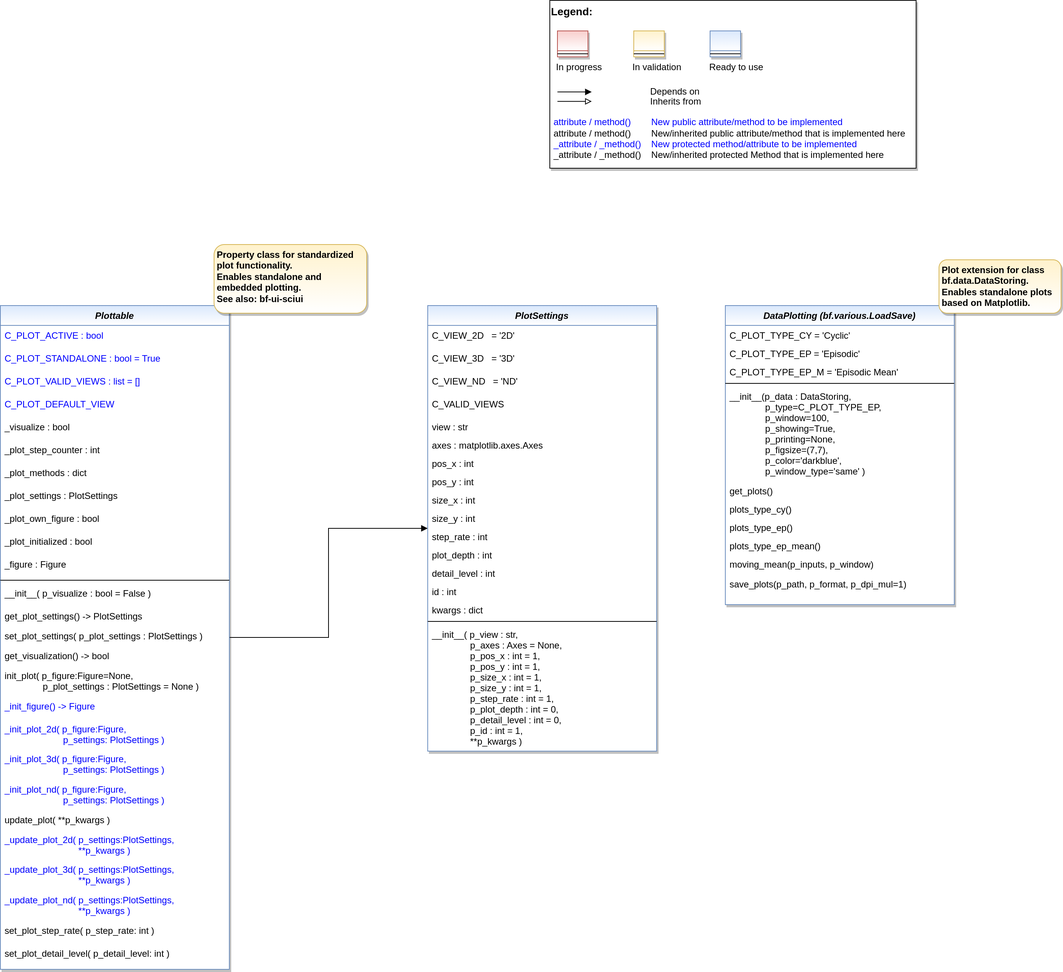
The draw.io diagram doc/rtd/content/99_appendices/appendix2/sub/core/mlpro_bf/layer0_elementary/images/MLPro-BF-Plot_class_diagram.drawio.png in fhswf/MLPro, before a commit. Source tidied: cells renumbered, new cells last; positions are measured from the earlier drawing's top-left corner, leaving out a move shared by most shapes.
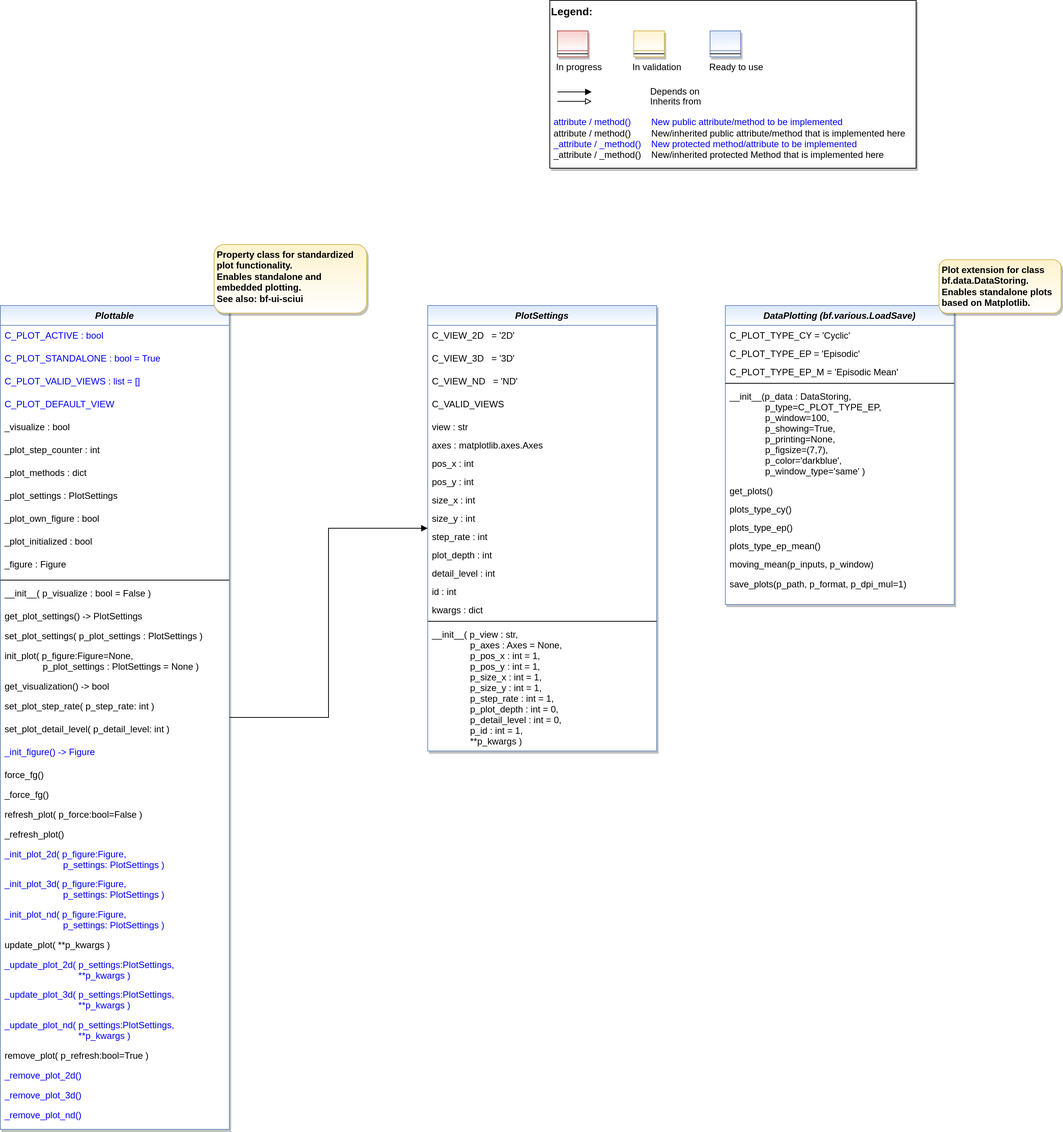
Above is the later version.

The edit, as a diff of the source:
```diff
@@ -6,7 +6,7 @@
       <mxGeometry relative="1" as="geometry" />
     </mxCell>
     <mxCell id="3" value="Plottable" style="swimlane;fontStyle=3;align=center;verticalAlign=top;horizontal=1;startSize=26;rounded=0;shadow=1;strokeWidth=1;fillColor=#dae8fc;strokeColor=#6c8ebf;swimlaneFillColor=#FFFFFF;gradientColor=#FFFFFF;" parent="1" vertex="1">
-      <mxGeometry y="400" width="300" height="870" as="geometry" />
+      <mxGeometry y="400" width="300" height="1080" as="geometry" />
     </mxCell>
     <mxCell id="4" value="C_PLOT_ACTIVE : bool " style="text;align=left;verticalAlign=top;spacingLeft=4;spacingRight=4;overflow=hidden;fontColor=#0000FF;" parent="3" vertex="1">
       <mxGeometry y="26" width="300" height="30" as="geometry" />
@@ -53,42 +53,66 @@
     <mxCell id="18" value="set_plot_settings( p_plot_settings : PlotSettings )" style="text;align=left;verticalAlign=top;spacingLeft=4;spacingRight=4;overflow=hidden;fontColor=default;" parent="3" vertex="1">
       <mxGeometry y="420" width="300" height="26" as="geometry" />
     </mxCell>
+    <mxCell id="20" value="init_plot( p_figure:Figure=None, &#10;               p_plot_settings : PlotSettings = None )" style="text;align=left;verticalAlign=top;spacingLeft=4;spacingRight=4;overflow=hidden;fontColor=default;" parent="3" vertex="1">
+      <mxGeometry y="446" width="300" height="40" as="geometry" />
+    </mxCell>
     <mxCell id="19" value="get_visualization() -&gt; bool" style="text;align=left;verticalAlign=top;spacingLeft=4;spacingRight=4;overflow=hidden;fontColor=default;" parent="3" vertex="1">
-      <mxGeometry y="446" width="300" height="26" as="geometry" />
+      <mxGeometry y="486" width="300" height="26" as="geometry" />
     </mxCell>
-    <mxCell id="20" value="init_plot( p_figure:Figure=None, &#10;               p_plot_settings : PlotSettings = None )" style="text;align=left;verticalAlign=top;spacingLeft=4;spacingRight=4;overflow=hidden;fontColor=default;" parent="3" vertex="1">
-      <mxGeometry y="472" width="300" height="40" as="geometry" />
-    </mxCell>
+    <mxCell id="29" value="set_plot_step_rate( p_step_rate: int )" style="text;align=left;verticalAlign=top;spacingLeft=4;spacingRight=4;overflow=hidden;fontColor=default;" parent="3" vertex="1">
+      <mxGeometry y="512" width="300" height="30" as="geometry" />
+    </mxCell>
+    <mxCell id="30" value="set_plot_detail_level( p_detail_level: int )" style="text;align=left;verticalAlign=top;spacingLeft=4;spacingRight=4;overflow=hidden;fontColor=default;" parent="3" vertex="1">
+      <mxGeometry y="542" width="300" height="30" as="geometry" />
+    </mxCell>
     <mxCell id="21" value="_init_figure() -&gt; Figure" style="text;align=left;verticalAlign=top;spacingLeft=4;spacingRight=4;overflow=hidden;fontColor=#0000FF;" parent="3" vertex="1">
-      <mxGeometry y="512" width="300" height="30" as="geometry" />
+      <mxGeometry y="572" width="300" height="30" as="geometry" />
     </mxCell>
+    <mxCell id="73" value="force_fg()" style="text;align=left;verticalAlign=top;spacingLeft=4;spacingRight=4;overflow=hidden;fontColor=default;" parent="3" vertex="1">
+      <mxGeometry y="602" width="300" height="26" as="geometry" />
+    </mxCell>
+    <mxCell id="74" value="_force_fg()" style="text;align=left;verticalAlign=top;spacingLeft=4;spacingRight=4;overflow=hidden;fontColor=default;" parent="3" vertex="1">
+      <mxGeometry y="628" width="300" height="26" as="geometry" />
+    </mxCell>
+    <mxCell id="75" value="refresh_plot( p_force:bool=False )" style="text;align=left;verticalAlign=top;spacingLeft=4;spacingRight=4;overflow=hidden;fontColor=default;" parent="3" vertex="1">
+      <mxGeometry y="654" width="300" height="26" as="geometry" />
+    </mxCell>
+    <mxCell id="76" value="_refresh_plot()" style="text;align=left;verticalAlign=top;spacingLeft=4;spacingRight=4;overflow=hidden;fontColor=default;" parent="3" vertex="1">
+      <mxGeometry y="680" width="300" height="26" as="geometry" />
+    </mxCell>
     <mxCell id="22" value="_init_plot_2d( p_figure:Figure, &#10;                       p_settings: PlotSettings )" style="text;align=left;verticalAlign=top;spacingLeft=4;spacingRight=4;overflow=hidden;fontColor=#0000FF;" parent="3" vertex="1">
-      <mxGeometry y="542" width="300" height="39" as="geometry" />
+      <mxGeometry y="706" width="300" height="39" as="geometry" />
     </mxCell>
     <mxCell id="23" value="_init_plot_3d( p_figure:Figure, &#10;                       p_settings: PlotSettings )" style="text;align=left;verticalAlign=top;spacingLeft=4;spacingRight=4;overflow=hidden;fontColor=#0000FF;" parent="3" vertex="1">
-      <mxGeometry y="581" width="300" height="40" as="geometry" />
+      <mxGeometry y="745" width="300" height="40" as="geometry" />
     </mxCell>
     <mxCell id="24" value="_init_plot_nd( p_figure:Figure, &#10;                       p_settings: PlotSettings )" style="text;align=left;verticalAlign=top;spacingLeft=4;spacingRight=4;overflow=hidden;fontColor=#0000FF;" parent="3" vertex="1">
-      <mxGeometry y="621" width="300" height="40" as="geometry" />
+      <mxGeometry y="785" width="300" height="40" as="geometry" />
     </mxCell>
     <mxCell id="25" value="update_plot( **p_kwargs )" style="text;align=left;verticalAlign=top;spacingLeft=4;spacingRight=4;overflow=hidden;fontColor=default;" parent="3" vertex="1">
-      <mxGeometry y="661" width="300" height="26" as="geometry" />
+      <mxGeometry y="825" width="300" height="26" as="geometry" />
     </mxCell>
     <mxCell id="26" value="_update_plot_2d( p_settings:PlotSettings,&#10;                             **p_kwargs )" style="text;align=left;verticalAlign=top;spacingLeft=4;spacingRight=4;overflow=hidden;fontColor=#0000FF;" parent="3" vertex="1">
-      <mxGeometry y="687" width="300" height="39" as="geometry" />
+      <mxGeometry y="851" width="300" height="39" as="geometry" />
     </mxCell>
     <mxCell id="27" value="_update_plot_3d( p_settings:PlotSettings,&#10;                             **p_kwargs )" style="text;align=left;verticalAlign=top;spacingLeft=4;spacingRight=4;overflow=hidden;fontColor=#0000FF;" parent="3" vertex="1">
-      <mxGeometry y="726" width="300" height="40" as="geometry" />
+      <mxGeometry y="890" width="300" height="40" as="geometry" />
     </mxCell>
     <mxCell id="28" value="_update_plot_nd( p_settings:PlotSettings,&#10;                             **p_kwargs )" style="text;align=left;verticalAlign=top;spacingLeft=4;spacingRight=4;overflow=hidden;fontColor=#0000FF;" parent="3" vertex="1">
-      <mxGeometry y="766" width="300" height="40" as="geometry" />
+      <mxGeometry y="930" width="300" height="40" as="geometry" />
     </mxCell>
-    <mxCell id="29" value="set_plot_step_rate( p_step_rate: int )" style="text;align=left;verticalAlign=top;spacingLeft=4;spacingRight=4;overflow=hidden;fontColor=default;" parent="3" vertex="1">
-      <mxGeometry y="806" width="300" height="30" as="geometry" />
-    </mxCell>
-    <mxCell id="30" value="set_plot_detail_level( p_detail_level: int )" style="text;align=left;verticalAlign=top;spacingLeft=4;spacingRight=4;overflow=hidden;fontColor=default;" parent="3" vertex="1">
-      <mxGeometry y="836" width="300" height="30" as="geometry" />
-    </mxCell>
+    <mxCell id="77" value="remove_plot( p_refresh:bool=True )" style="text;align=left;verticalAlign=top;spacingLeft=4;spacingRight=4;overflow=hidden;fontColor=default;" parent="3" vertex="1">
+      <mxGeometry y="970" width="300" height="26" as="geometry" />
+    </mxCell>
+    <mxCell id="78" value="_remove_plot_2d()" style="text;align=left;verticalAlign=top;spacingLeft=4;spacingRight=4;overflow=hidden;fontColor=#0000FF;" parent="3" vertex="1">
+      <mxGeometry y="996" width="300" height="26" as="geometry" />
+    </mxCell>
+    <mxCell id="79" value="_remove_plot_3d()" style="text;align=left;verticalAlign=top;spacingLeft=4;spacingRight=4;overflow=hidden;fontColor=#0000FF;" parent="3" vertex="1">
+      <mxGeometry y="1022" width="300" height="26" as="geometry" />
+    </mxCell>
+    <mxCell id="80" value="_remove_plot_nd()" style="text;align=left;verticalAlign=top;spacingLeft=4;spacingRight=4;overflow=hidden;fontColor=#0000FF;" parent="3" vertex="1">
+      <mxGeometry y="1048" width="300" height="26" as="geometry" />
+    </mxCell>
     <mxCell id="31" style="group;" parent="1" vertex="1">
       <mxGeometry x="720" width="480" height="220" as="geometry" />
     </mxCell>
```
